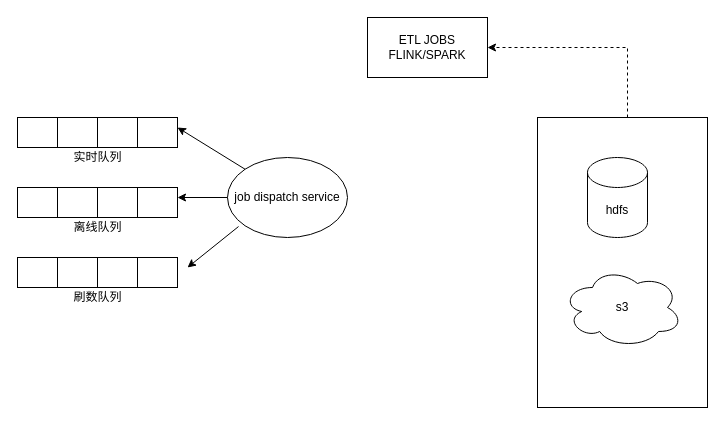
This is doc/diagram.drawio from GoGoWen/JD-Bowen-incubator-doris, a draw.io file, before an edit. Source tidied: cells renumbered, new cells numbered last; positions are measured from the earlier drawing's top-left corner, leaving out a move shared by most shapes. Both pictures are drawn from the tidied source at 100%, with x=0, y=0 at pixel (17, 17).
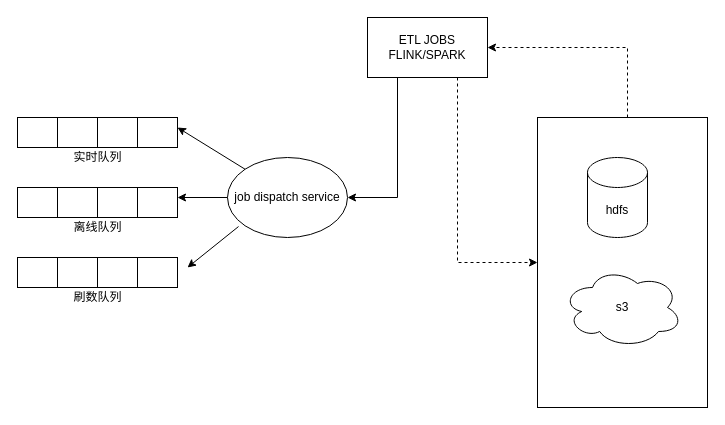
The same diagram, later.

Unchanged cells that the change refers to:
```xml
<mxCell id="23" value="job dispatch service" style="ellipse;whiteSpace=wrap;html=1;" parent="1" vertex="1">
  <mxGeometry x="210" y="140" width="120" height="80" as="geometry" />
</mxCell>
<mxCell id="27" value="ETL JOBS&lt;br&gt;FLINK/SPARK" style="rounded=0;whiteSpace=wrap;html=1;" parent="1" vertex="1">
  <mxGeometry x="350" width="120" height="60" as="geometry" />
</mxCell>
<mxCell id="28" style="rounded=0;whiteSpace=wrap;html=1;" parent="1" vertex="1">
  <mxGeometry x="520" y="100" width="170" height="290" as="geometry" />
</mxCell>
```

What changed in the source:
```diff
@@
+    <mxCell id="32" style="endArrow=classic;html=1;rounded=0;dashed=1;exitX=0.75;exitY=1;exitDx=0;exitDy=0;edgeStyle=orthogonalEdgeStyle;entryX=0;entryY=0.5;entryDx=0;entryDy=0;" parent="1" edge="1" source="27" target="28">
+      <mxGeometry relative="1" as="geometry">
+        <Array as="points">
+          <mxPoint x="440" y="245" />
+        </Array>
+      </mxGeometry>
+    </mxCell>
+    <mxCell id="33" style="endArrow=classic;html=1;rounded=0;exitX=0.25;exitY=1;exitDx=0;exitDy=0;edgeStyle=orthogonalEdgeStyle;entryX=1;entryY=0.5;entryDx=0;entryDy=0;" parent="1" edge="1" source="27" target="23">
+      <mxGeometry relative="1" as="geometry">
+        <Array as="points">
+          <mxPoint x="380" y="180" />
+        </Array>
+      </mxGeometry>
+    </mxCell>
```
